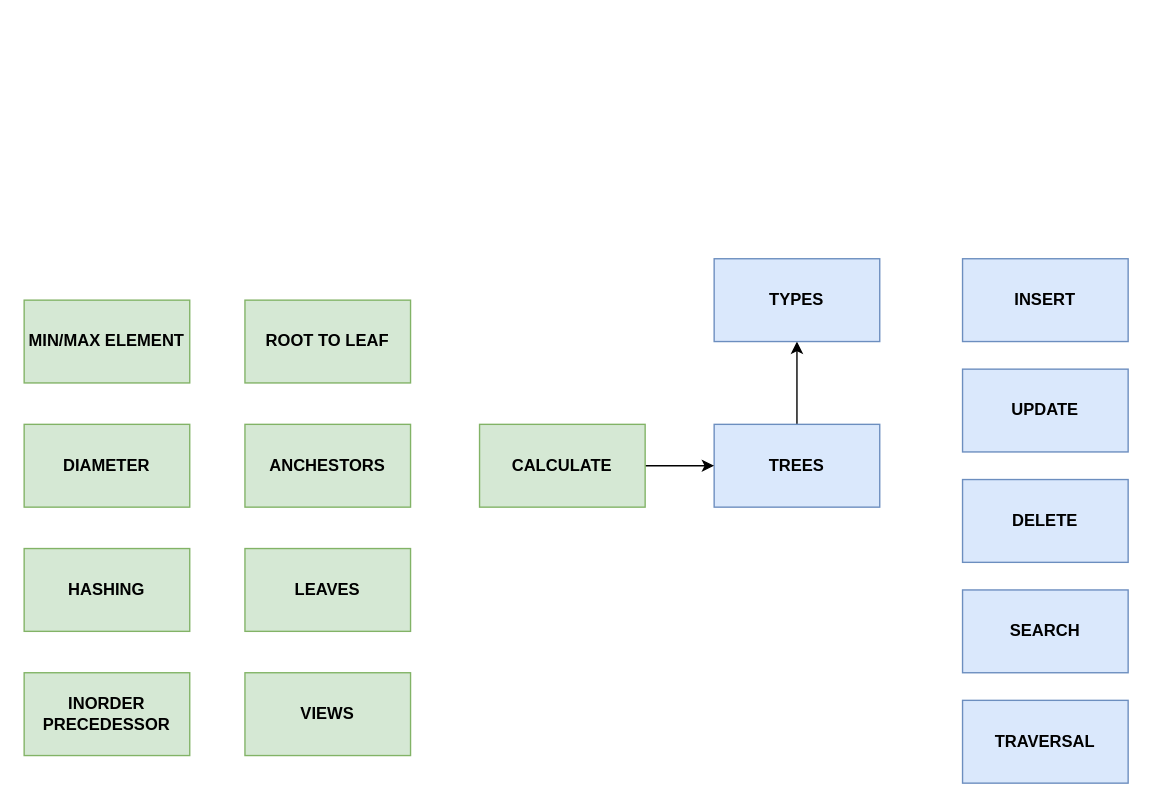
The draw.io diagram trees.drawio in Dhamodharan17/data-structures-algorthims-python, before the edit. Source tidied: cells renumbered, new cells numbered last; positions are measured from the earlier drawing's top-left corner, leaving out a move shared by most shapes. Both pictures are drawn from the tidied source at 138%, with x=0, y=0 at pixel (23, 258).
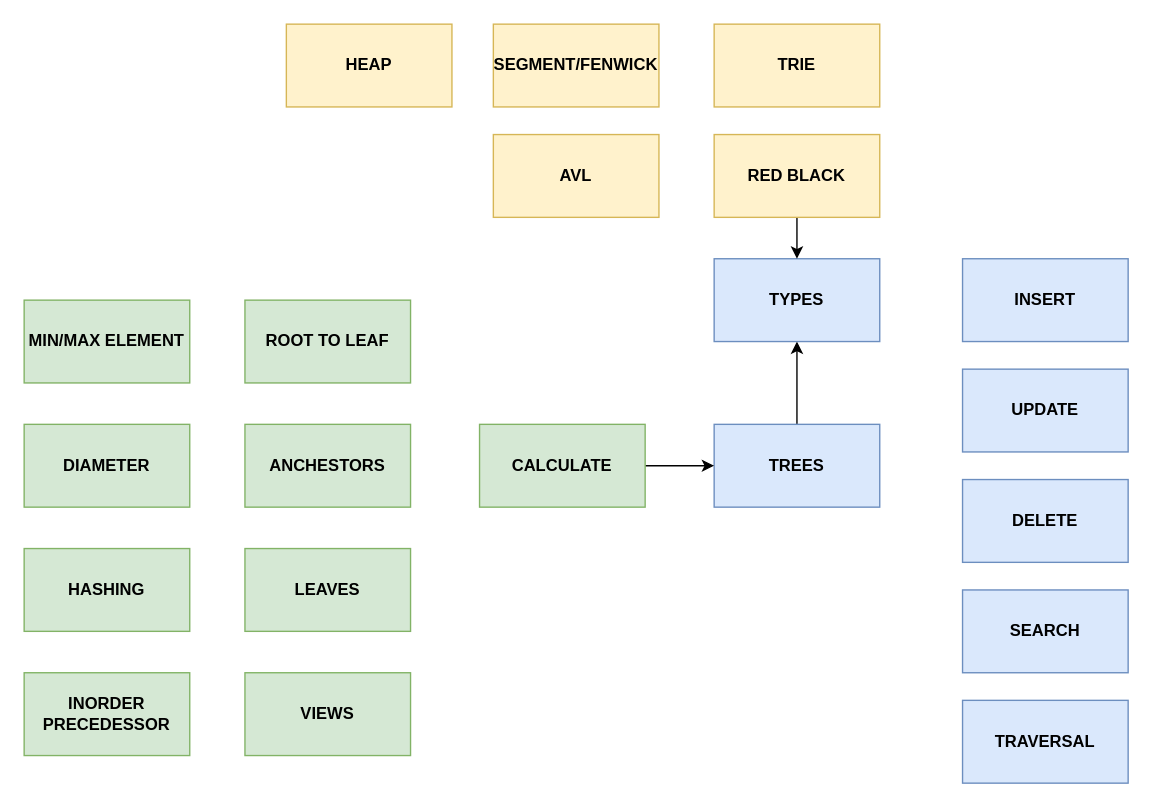
The same page after the edit.

Unchanged cells that the change refers to:
```xml
<mxCell id="15" value="&lt;b&gt;TYPES&lt;/b&gt;" style="rounded=0;whiteSpace=wrap;html=1;strokeColor=#6c8ebf;fillColor=#dae8fc;" parent="1" vertex="1">
  <mxGeometry x="500" width="120" height="60" as="geometry" />
</mxCell>
```

What changed in the source:
```diff
@@
+    <mxCell id="20" value="&lt;b&gt;AVL&lt;/b&gt;" style="rounded=0;whiteSpace=wrap;html=1;strokeColor=#d6b656;fillColor=#fff2cc;" parent="1" vertex="1">
+      <mxGeometry x="340" y="-90" width="120" height="60" as="geometry" />
+    </mxCell>
+    <mxCell id="21" style="edgeStyle=orthogonalEdgeStyle;rounded=0;jettySize=auto;html=1;" parent="1" edge="1" source="22" target="15">
+      <mxGeometry relative="1" as="geometry" />
+    </mxCell>
+    <mxCell id="22" value="&lt;b&gt;RED BLACK&lt;/b&gt;" style="rounded=0;whiteSpace=wrap;html=1;strokeColor=#d6b656;fillColor=#fff2cc;" parent="1" vertex="1">
+      <mxGeometry x="500" y="-90" width="120" height="60" as="geometry" />
+    </mxCell>
+    <mxCell id="23" value="&lt;b&gt;SEGMENT/FENWICK&lt;/b&gt;" style="rounded=0;whiteSpace=wrap;html=1;strokeColor=#d6b656;fillColor=#fff2cc;" parent="1" vertex="1">
+      <mxGeometry x="340" y="-170" width="120" height="60" as="geometry" />
+    </mxCell>
+    <mxCell id="24" value="&lt;b&gt;TRIE&lt;/b&gt;" style="rounded=0;whiteSpace=wrap;html=1;strokeColor=#d6b656;fillColor=#fff2cc;" parent="1" vertex="1">
+      <mxGeometry x="500" y="-170" width="120" height="60" as="geometry" />
+    </mxCell>
+    <mxCell id="25" value="&lt;b&gt;HEAP&lt;/b&gt;" style="rounded=0;whiteSpace=wrap;html=1;strokeColor=#d6b656;fillColor=#fff2cc;" parent="1" vertex="1">
+      <mxGeometry x="190" y="-170" width="120" height="60" as="geometry" />
+    </mxCell>
```
